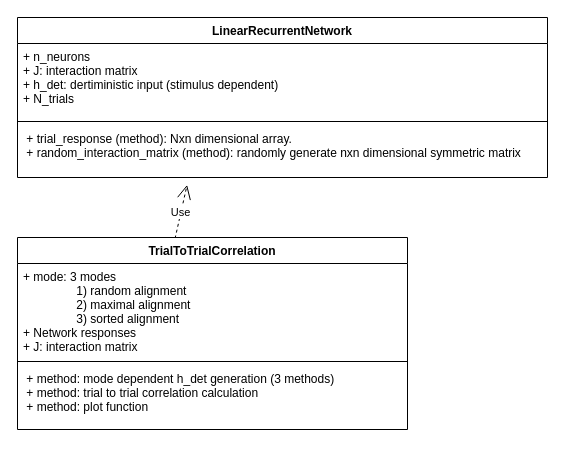
Above: 1D_RNN.drawio in rzhou-space/MA_Networks (draw.io), before the change. Source tidied: cells renumbered, new cells numbered last; positions are measured from the earlier drawing's top-left corner, leaving out a move shared by most shapes. Both pictures are drawn from the tidied source at 100%, with x=0, y=0 at pixel (17, 17).
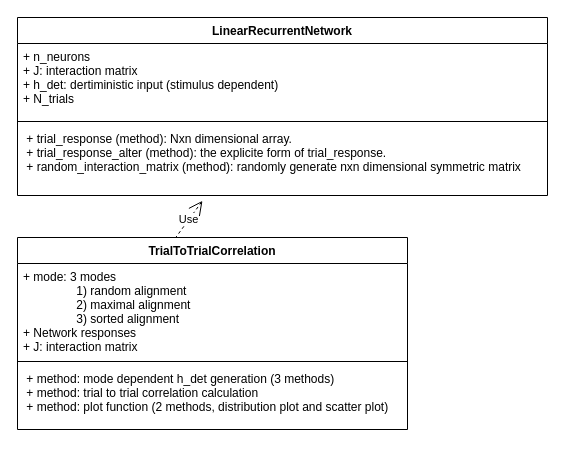
Above is the later version.

The edit, as a diff of the source:
```diff
@@
 <mxGraphModel>
   <root>
     <mxCell id="0" />
     <mxCell id="1" parent="0" />
     <mxCell id="2" value="LinearRecurrentNetwork" style="swimlane;fontStyle=1;align=center;verticalAlign=top;horizontal=1;startSize=26;" parent="1" vertex="1">
-      <mxGeometry width="530" height="160" as="geometry" />
+      <mxGeometry width="530" height="178" as="geometry" />
     </mxCell>
     <mxCell id="3" value="+ n_neurons&#10;+ J: interaction matrix&#10;+ h_det: dertiministic input (stimulus dependent)&#10;+ N_trials" style="text;strokeColor=none;fillColor=none;align=left;verticalAlign=top;spacingLeft=4;spacingRight=4;overflow=hidden;" parent="2" vertex="1">
       <mxGeometry y="26" width="530" height="74" as="geometry" />
     </mxCell>
     <mxCell id="4" style="line;strokeWidth=1;fillColor=none;align=left;verticalAlign=middle;spacingTop=-1;spacingLeft=3;spacingRight=3;labelPosition=right;" parent="2" vertex="1">
       <mxGeometry y="100" width="530" height="8" as="geometry" />
     </mxCell>
-    <mxCell id="5" value=" + trial_response (method): Nxn dimensional array.&#10; + random_interaction_matrix (method): randomly generate nxn dimensional symmetric matrix &#10; " style="text;strokeColor=none;fillColor=none;align=left;verticalAlign=top;spacingLeft=4;spacingRight=4;overflow=hidden;points=[[0,0.5],[1,0.5]];portConstraint=eastwest;" parent="2" vertex="1">
-      <mxGeometry y="108" width="530" height="52" as="geometry" />
+    <mxCell id="5" value=" + trial_response (method): Nxn dimensional array.&#10; + trial_response_alter (method): the explicite form of trial_response.&#10; + random_interaction_matrix (method): randomly generate nxn dimensional symmetric matrix &#10; " style="text;strokeColor=none;fillColor=none;align=left;verticalAlign=top;spacingLeft=4;spacingRight=4;overflow=hidden;points=[[0,0.5],[1,0.5]];portConstraint=eastwest;" parent="2" vertex="1">
+      <mxGeometry y="108" width="530" height="70" as="geometry" />
     </mxCell>
-    <mxCell id="6" value="Use" style="endArrow=open;endSize=12;dashed=1;html=1;rounded=0;entryX=0.32;entryY=1.142;entryDx=0;entryDy=0;entryPerimeter=0;exitX=0.404;exitY=0.005;exitDx=0;exitDy=0;exitPerimeter=0;" parent="1" edge="1" source="7" target="5">
+    <mxCell id="6" value="Use" style="endArrow=open;endSize=12;dashed=1;html=1;rounded=0;entryX=0.349;entryY=1.076;entryDx=0;entryDy=0;entryPerimeter=0;exitX=0.404;exitY=0.005;exitDx=0;exitDy=0;exitPerimeter=0;" parent="1" edge="1" source="7" target="5">
       <mxGeometry relative="1" as="geometry" />
     </mxCell>
     <mxCell id="7" value="TrialToTrialCorrelation" style="swimlane;fontStyle=1;align=center;verticalAlign=top;horizontal=1;startSize=26;" parent="1" vertex="1">
       <mxGeometry y="220" width="390" height="192" as="geometry" />
     </mxCell>
     <mxCell id="8" value="+ mode: 3 modes&#10;                1) random alignment&#10;                2) maximal alignment&#10;                3) sorted alignment&#10;+ Network responses&#10;+ J: interaction matrix&#10; &#10;" style="text;strokeColor=none;fillColor=none;align=left;verticalAlign=top;spacingLeft=4;spacingRight=4;overflow=hidden;" parent="7" vertex="1">
       <mxGeometry y="26" width="390" height="94" as="geometry" />
     </mxCell>
     <mxCell id="9" style="line;strokeWidth=1;fillColor=none;align=left;verticalAlign=middle;spacingTop=-1;spacingLeft=3;spacingRight=3;labelPosition=right;" parent="7" vertex="1">
       <mxGeometry y="120" width="390" height="8" as="geometry" />
     </mxCell>
-    <mxCell id="10" value=" + method: mode dependent h_det generation (3 methods)&#10; + method: trial to trial correlation calculation&#10; + method: plot function &#10; " style="text;strokeColor=none;fillColor=none;align=left;verticalAlign=top;spacingLeft=4;spacingRight=4;overflow=hidden;" parent="7" vertex="1">
+    <mxCell id="10" value=" + method: mode dependent h_det generation (3 methods)&#10; + method: trial to trial correlation calculation&#10; + method: plot function (2 methods, distribution plot and scatter plot)&#10; " style="text;strokeColor=none;fillColor=none;align=left;verticalAlign=top;spacingLeft=4;spacingRight=4;overflow=hidden;" parent="7" vertex="1">
       <mxGeometry y="128" width="390" height="64" as="geometry" />
     </mxCell>
   </root>
 </mxGraphModel>
```
